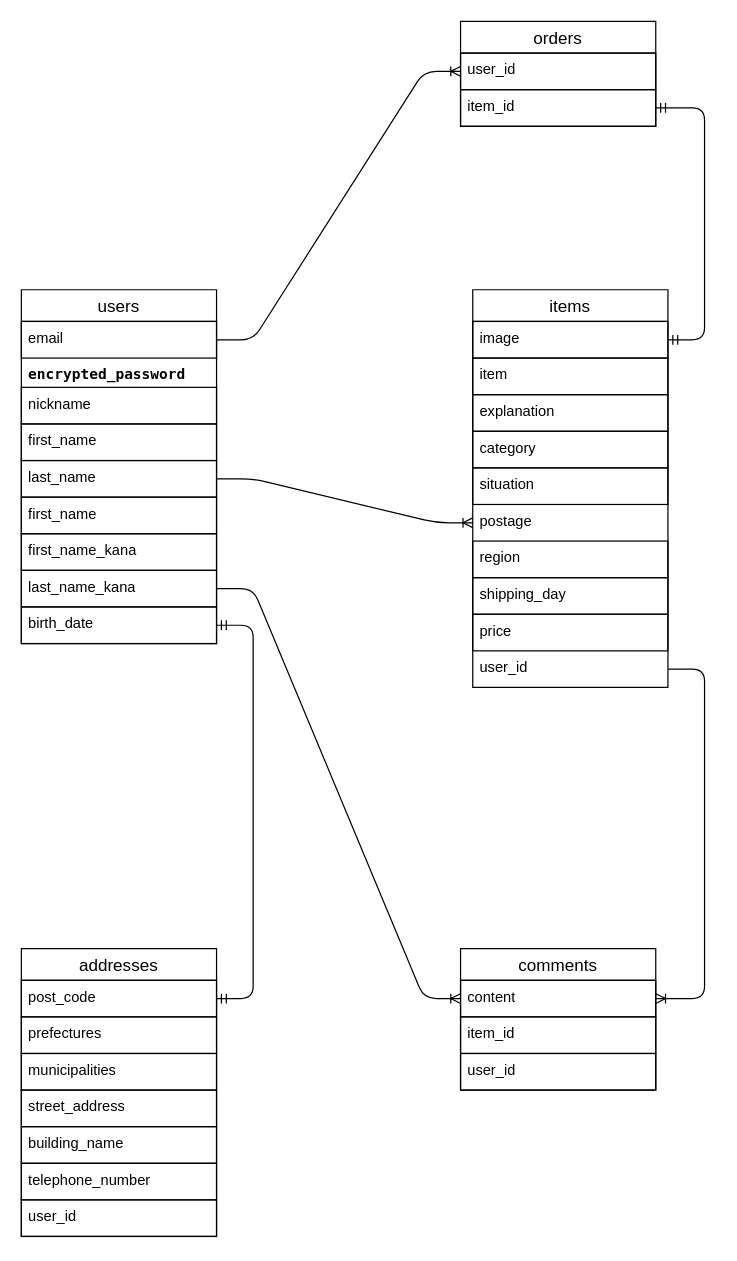
This is furima.dio from shota-kita/furima-42227, a draw.io file, before an edit. Source tidied: cells renumbered, new cells numbered last; positions are measured from the earlier drawing's top-left corner, leaving out a move shared by most shapes. Both pictures are drawn from the tidied source at 122%, with x=0, y=0 at pixel (21, 21).
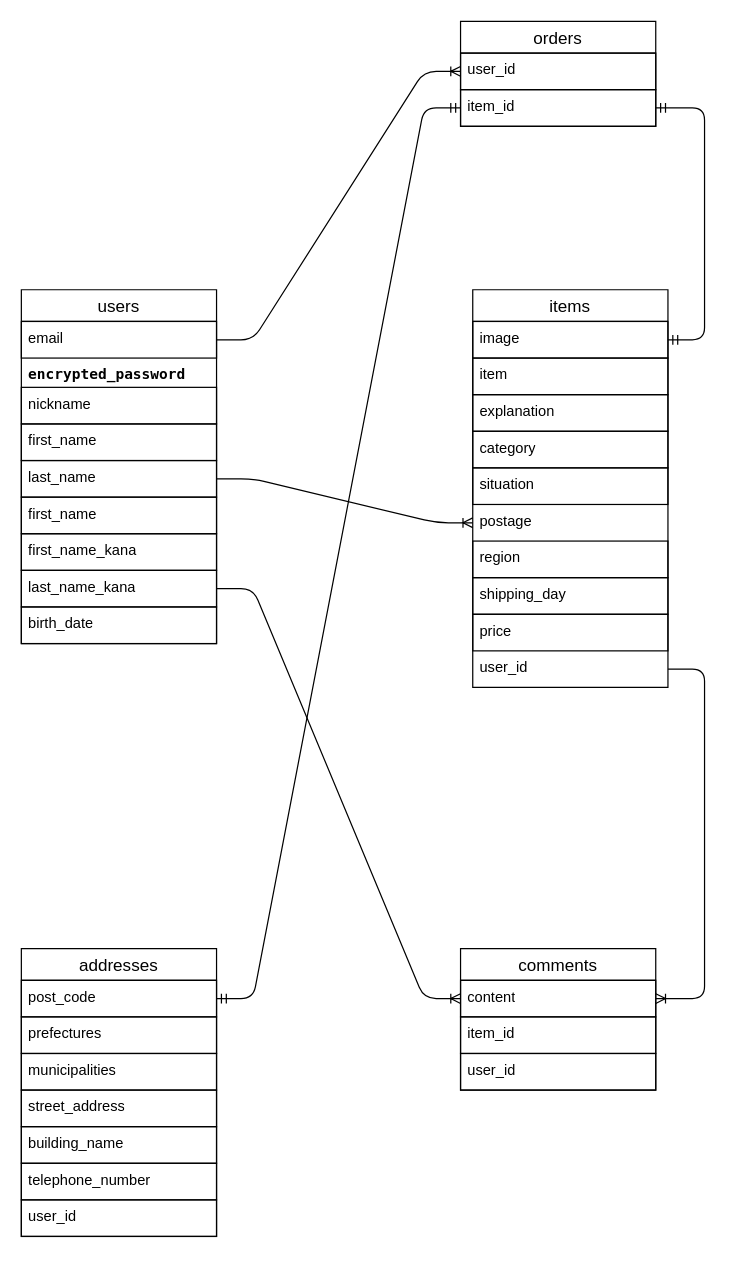
The same diagram, later.

The change refers to these unchanged cells:
```xml
<mxCell id="11" value="birth_date" style="text;spacingLeft=4;spacingRight=4;overflow=hidden;points=[[0,0.5],[1,0.5]];portConstraint=eastwest;fontSize=12;whiteSpace=wrap;html=1;align=left;verticalAlign=top;strokeColor=default;" parent="2" vertex="1">
  <mxGeometry y="260" width="160" height="30" as="geometry" />
</mxCell>
<mxCell id="29" value="post_code" style="text;strokeColor=default;fillColor=none;spacingLeft=4;spacingRight=4;overflow=hidden;points=[[0,0.5],[1,0.5]];portConstraint=eastwest;fontSize=12;whiteSpace=wrap;html=1;" parent="28" vertex="1">
  <mxGeometry y="26" width="160" height="30" as="geometry" />
</mxCell>
<mxCell id="42" value="item_id" style="text;strokeColor=default;fillColor=none;spacingLeft=4;spacingRight=4;overflow=hidden;points=[[0,0.5],[1,0.5]];portConstraint=eastwest;fontSize=12;whiteSpace=wrap;html=1;" parent="40" vertex="1">
  <mxGeometry y="56" width="160" height="30" as="geometry" />
</mxCell>
```

Diff of the diagram source:
```diff
@@
-    <mxCell id="37" style="edgeStyle=entityRelationEdgeStyle;fontSize=12;html=1;endArrow=ERmandOne;startArrow=ERmandOne;exitX=1;exitY=0.5;exitDx=0;exitDy=0;entryX=1;entryY=0.5;entryDx=0;entryDy=0;" parent="1" edge="1" source="29" target="11">
-      <mxGeometry relative="1" as="geometry">
-        <Array as="points">
-          <mxPoint x="7" y="370" />
-          <mxPoint x="370" y="570" />
-        </Array>
-      </mxGeometry>
-    </mxCell>
@@
+    <mxCell id="45" style="edgeStyle=entityRelationEdgeStyle;fontSize=12;html=1;endArrow=ERmandOne;startArrow=ERmandOne;" parent="1" edge="1" source="29" target="42">
+      <mxGeometry relative="1" as="geometry" />
+    </mxCell>
```
